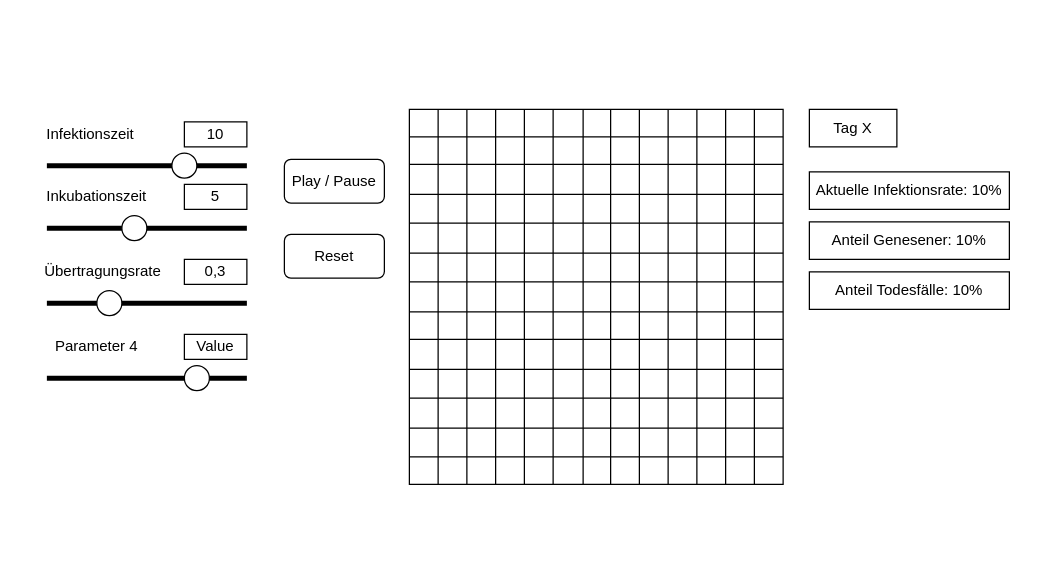
tammowhs/simulationelectron keeps this draw.io diagram as Untitled Diagram.drawio. Above is the earlier version. Source tidied: cells renumbered, new cells numbered last; positions are measured from the earlier drawing's top-left corner, leaving out a move shared by most shapes. Both pictures are drawn from the tidied source at 125%, with x=0, y=0 at pixel (46, 109).
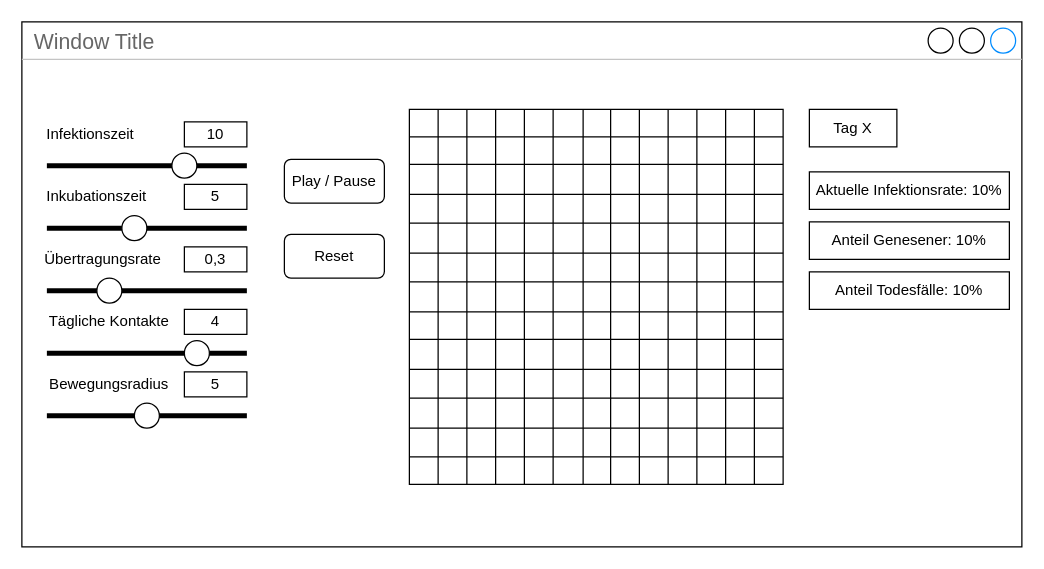
The same page after the edit.

Change to the diagram source:
```diff
@@
+    <mxCell id="211" value="Window Title" style="strokeWidth=1;shadow=0;dashed=0;align=center;html=1;shape=mxgraph.mockup.containers.window;align=left;verticalAlign=top;spacingLeft=8;strokeColor2=#008cff;strokeColor3=#c4c4c4;fontColor=#666666;mainText=;fontSize=17;labelBackgroundColor=none;fillColor=none;" parent="1" vertex="1">
+      <mxGeometry x="-20" y="-70" width="800" height="420" as="geometry" />
+    </mxCell>
@@
     <mxCell id="195" style="line;strokeWidth=4;html=1;perimeter=backbonePerimeter;" parent="1" vertex="1">
-      <mxGeometry y="150" width="160" height="10" as="geometry" />
+      <mxGeometry y="140" width="160" height="10" as="geometry" />
     </mxCell>
     <mxCell id="196" style="ellipse;whiteSpace=wrap;html=1;" parent="1" vertex="1">
-      <mxGeometry x="40" y="145" width="20" height="20" as="geometry" />
+      <mxGeometry x="40" y="135" width="20" height="20" as="geometry" />
     </mxCell>
     <mxCell id="197" value="Übertragungsrate" style="text;html=1;strokeColor=none;fillColor=none;align=center;verticalAlign=middle;whiteSpace=wrap;rounded=0;" parent="1" vertex="1">
-      <mxGeometry y="120" width="90" height="20" as="geometry" />
+      <mxGeometry y="110" width="90" height="20" as="geometry" />
     </mxCell>
     <mxCell id="198" style="rounded=0;whiteSpace=wrap;html=1;" parent="1" vertex="1">
-      <mxGeometry x="110" y="120" width="50" height="20" as="geometry" />
+      <mxGeometry x="110" y="110" width="50" height="20" as="geometry" />
     </mxCell>
     <mxCell id="199" value="0,3" style="text;html=1;strokeColor=none;fillColor=none;align=center;verticalAlign=middle;whiteSpace=wrap;rounded=0;" parent="1" vertex="1">
-      <mxGeometry x="115" y="120" width="40" height="20" as="geometry" />
+      <mxGeometry x="115" y="110" width="40" height="20" as="geometry" />
     </mxCell>
@@
     <mxCell id="202" style="line;strokeWidth=4;html=1;perimeter=backbonePerimeter;" parent="1" vertex="1">
-      <mxGeometry y="210" width="160" height="10" as="geometry" />
+      <mxGeometry y="190" width="160" height="10" as="geometry" />
     </mxCell>
     <mxCell id="203" style="ellipse;whiteSpace=wrap;html=1;" parent="1" vertex="1">
-      <mxGeometry x="110" y="205" width="20" height="20" as="geometry" />
+      <mxGeometry x="110" y="185" width="20" height="20" as="geometry" />
     </mxCell>
-    <mxCell id="204" value="Parameter 4" style="text;html=1;strokeColor=none;fillColor=none;align=center;verticalAlign=middle;whiteSpace=wrap;rounded=0;" parent="1" vertex="1">
-      <mxGeometry y="180" width="80" height="20" as="geometry" />
+    <mxCell id="204" value="Tägliche Kontakte" style="text;html=1;strokeColor=none;fillColor=none;align=center;verticalAlign=middle;whiteSpace=wrap;rounded=0;" parent="1" vertex="1">
+      <mxGeometry y="160" width="100" height="20" as="geometry" />
     </mxCell>
     <mxCell id="205" style="rounded=0;whiteSpace=wrap;html=1;" parent="1" vertex="1">
-      <mxGeometry x="110" y="180" width="50" height="20" as="geometry" />
+      <mxGeometry x="110" y="160" width="50" height="20" as="geometry" />
     </mxCell>
-    <mxCell id="206" value="Value" style="text;html=1;strokeColor=none;fillColor=none;align=center;verticalAlign=middle;whiteSpace=wrap;rounded=0;" parent="1" vertex="1">
-      <mxGeometry x="115" y="180" width="40" height="20" as="geometry" />
+    <mxCell id="206" value="4" style="text;html=1;strokeColor=none;fillColor=none;align=center;verticalAlign=middle;whiteSpace=wrap;rounded=0;" parent="1" vertex="1">
+      <mxGeometry x="115" y="160" width="40" height="20" as="geometry" />
     </mxCell>
@@
+    <mxCell id="212" style="line;strokeWidth=4;html=1;perimeter=backbonePerimeter;" parent="1" vertex="1">
+      <mxGeometry y="240" width="160" height="10" as="geometry" />
+    </mxCell>
+    <mxCell id="213" style="ellipse;whiteSpace=wrap;html=1;" parent="1" vertex="1">
+      <mxGeometry x="70" y="235" width="20" height="20" as="geometry" />
+    </mxCell>
+    <mxCell id="214" value="Bewegungsradius" style="text;html=1;strokeColor=none;fillColor=none;align=center;verticalAlign=middle;whiteSpace=wrap;rounded=0;" parent="1" vertex="1">
+      <mxGeometry y="210" width="100" height="20" as="geometry" />
+    </mxCell>
+    <mxCell id="215" style="rounded=0;whiteSpace=wrap;html=1;" parent="1" vertex="1">
+      <mxGeometry x="110" y="210" width="50" height="20" as="geometry" />
+    </mxCell>
+    <mxCell id="216" value="5" style="text;html=1;strokeColor=none;fillColor=none;align=center;verticalAlign=middle;whiteSpace=wrap;rounded=0;" parent="1" vertex="1">
+      <mxGeometry x="115" y="210" width="40" height="20" as="geometry" />
+    </mxCell>
```
